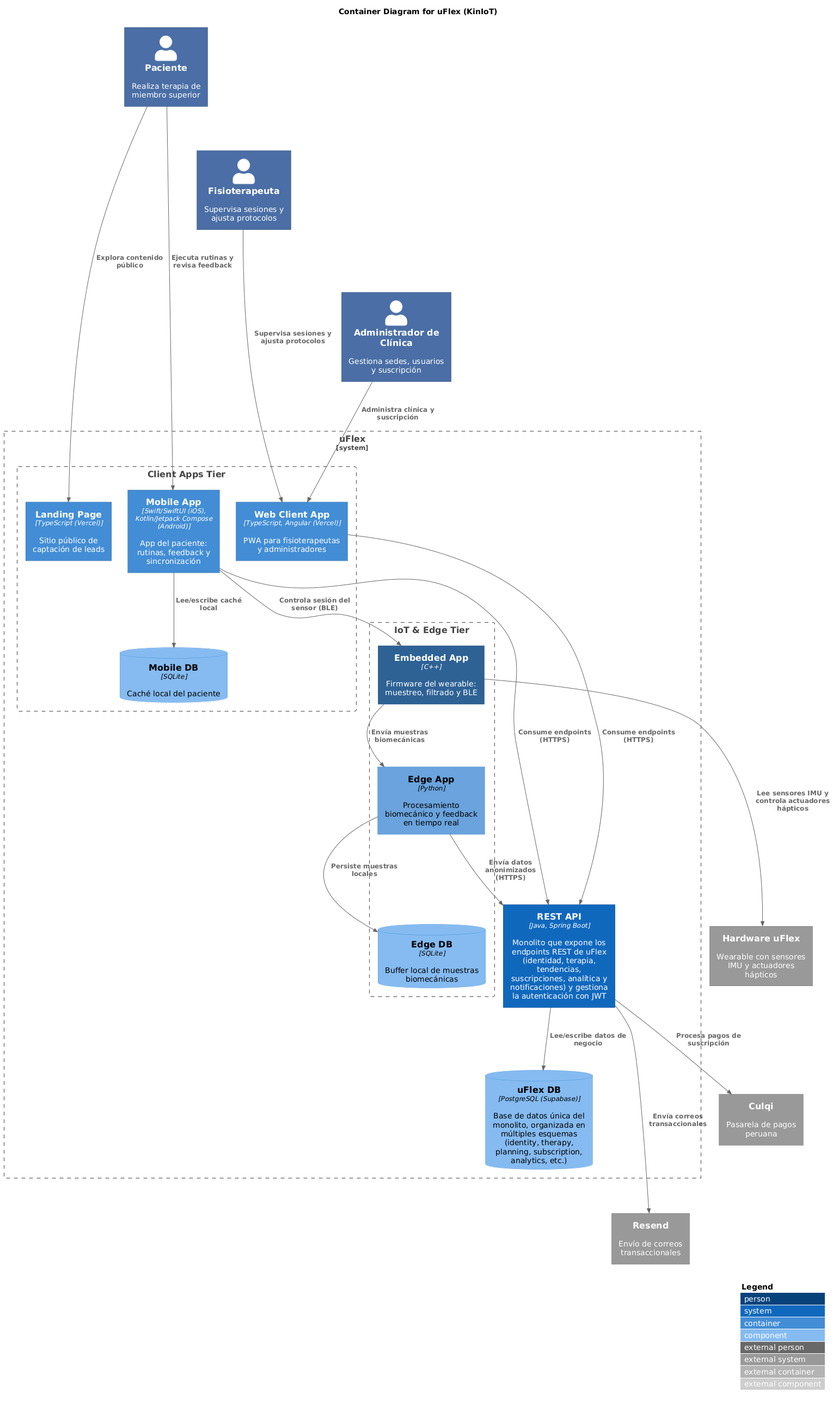
Earlier version of the PlantUML export assets/diagrams/software-architecture/containers/out/uflex-containers-diagram.png (kiniot/uflex-project-report).
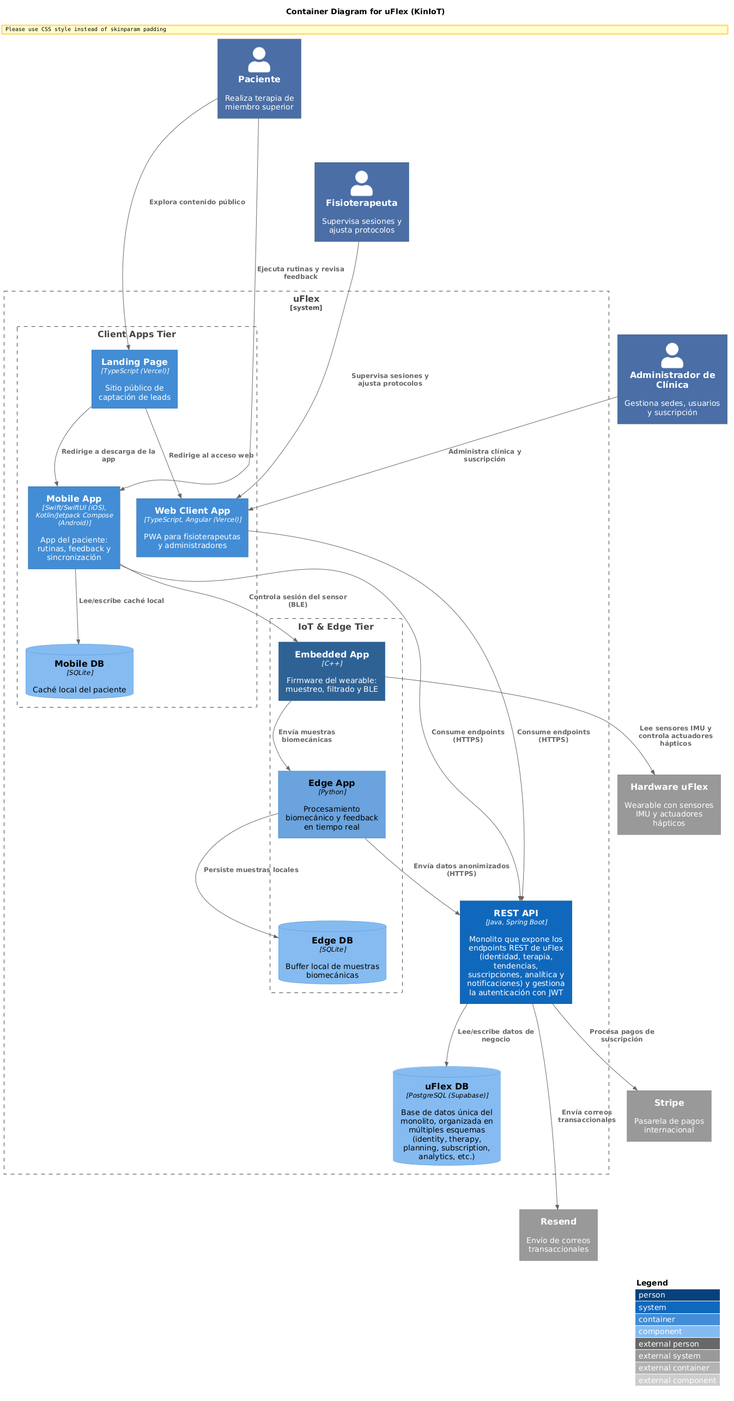
After the commit.

Commit message:
fix(architecture): replace Culqi with Stripe payment gateway

Diff of the diagram source:
```diff
@@ -48,13 +48,16 @@
 }
 
 System_Ext(uflexHardware, "Hardware uFlex", "Wearable con sensores IMU y actuadores hápticos", $tags="external")
-System_Ext(culqi,         "Culqi",          "Pasarela de pagos peruana",                       $tags="external")
+System_Ext(stripe,        "Stripe",         "Pasarela de pagos internacional",                 $tags="external")
 System_Ext(resend,         "Resend",        "Envío de correos transaccionales",                $tags="external")
 
 Rel(patient,         landingPage,  "Explora contenido público")
 Rel(patient,         mobileApp,    "Ejecuta rutinas y revisa feedback")
 Rel(physiotherapist, webClientApp, "Supervisa sesiones y ajusta protocolos")
 Rel(clinicAdmin,     webClientApp, "Administra clínica y suscripción")
+
+Rel(landingPage, mobileApp,    "Redirige a descarga de la app")
+Rel(landingPage, webClientApp, "Redirige al acceso web")
 
 Rel(mobileApp, embeddedApp, "Controla sesión del sensor (BLE)")
 Rel(mobileApp, mobileDB,    "Lee/escribe caché local")
@@ -68,14 +71,14 @@
 Rel(edgeApp,     restApi,       "Envía datos anonimizados (HTTPS)")
 
 Rel(restApi, uflexDB, "Lee/escribe datos de negocio")
-Rel(restApi, culqi,   "Procesa pagos de suscripción")
+Rel(restApi, stripe,  "Procesa pagos de suscripción")
 Rel(restApi, resend,  "Envía correos transaccionales")
 
 Lay_D(patient, physiotherapist)
 Lay_D(physiotherapist, clinicAdmin)
 
-Lay_D(uflexHardware, culqi)
-Lay_D(culqi, resend)
+Lay_D(uflexHardware, stripe)
+Lay_D(stripe, resend)
 
 Lay_R(restApi, uflexDB)
 @enduml
```
